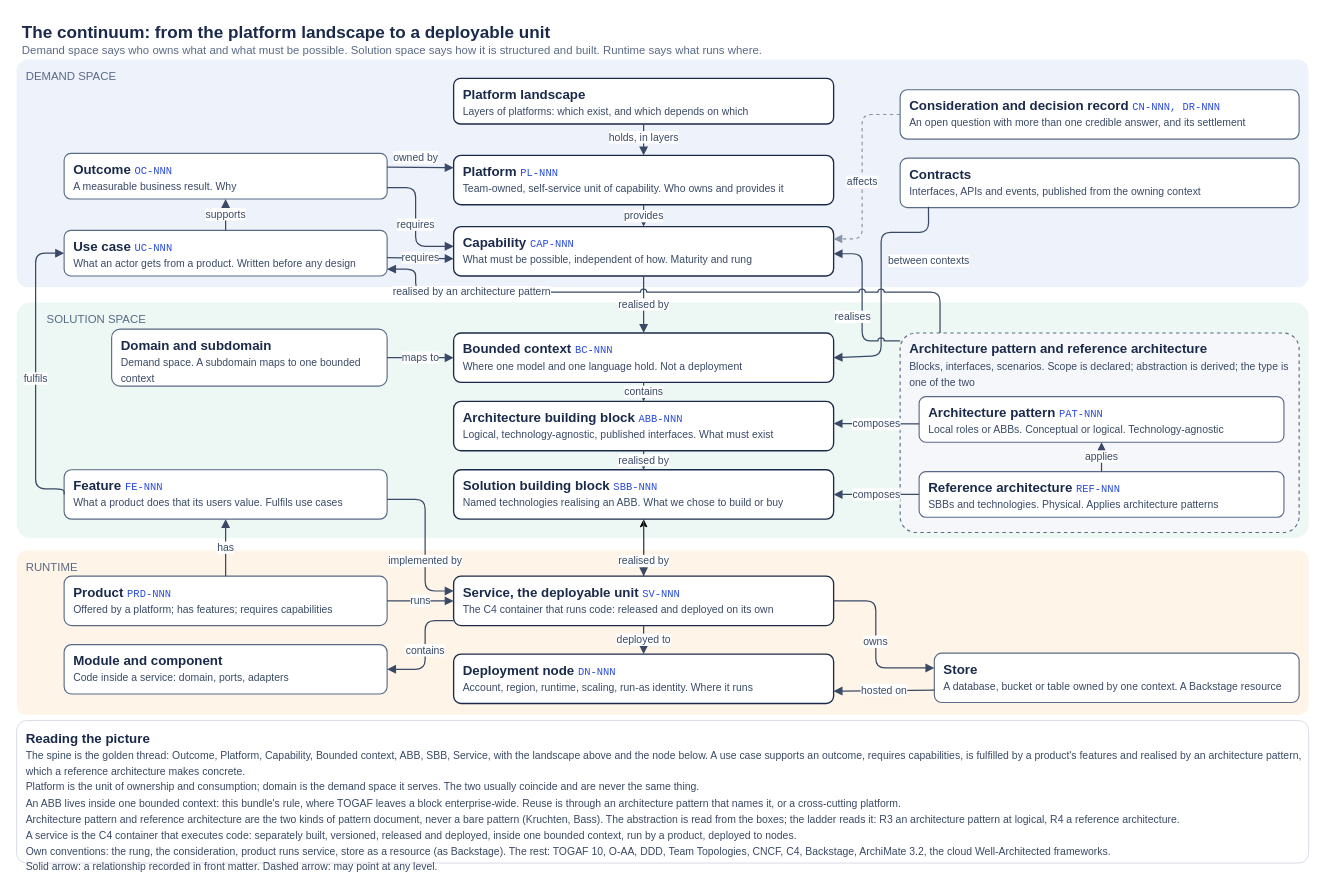
This is docs/continuum.drawio from dermot-obrien/ai-assisted-architecture, a draw.io file, before an edit. Source tidied: cells renumbered, new cells numbered last; positions are measured from the earlier drawing's top-left corner, leaving out a move shared by most shapes. Both pictures are drawn from the tidied source at 95%, with x=0, y=0 at pixel (16, 16).
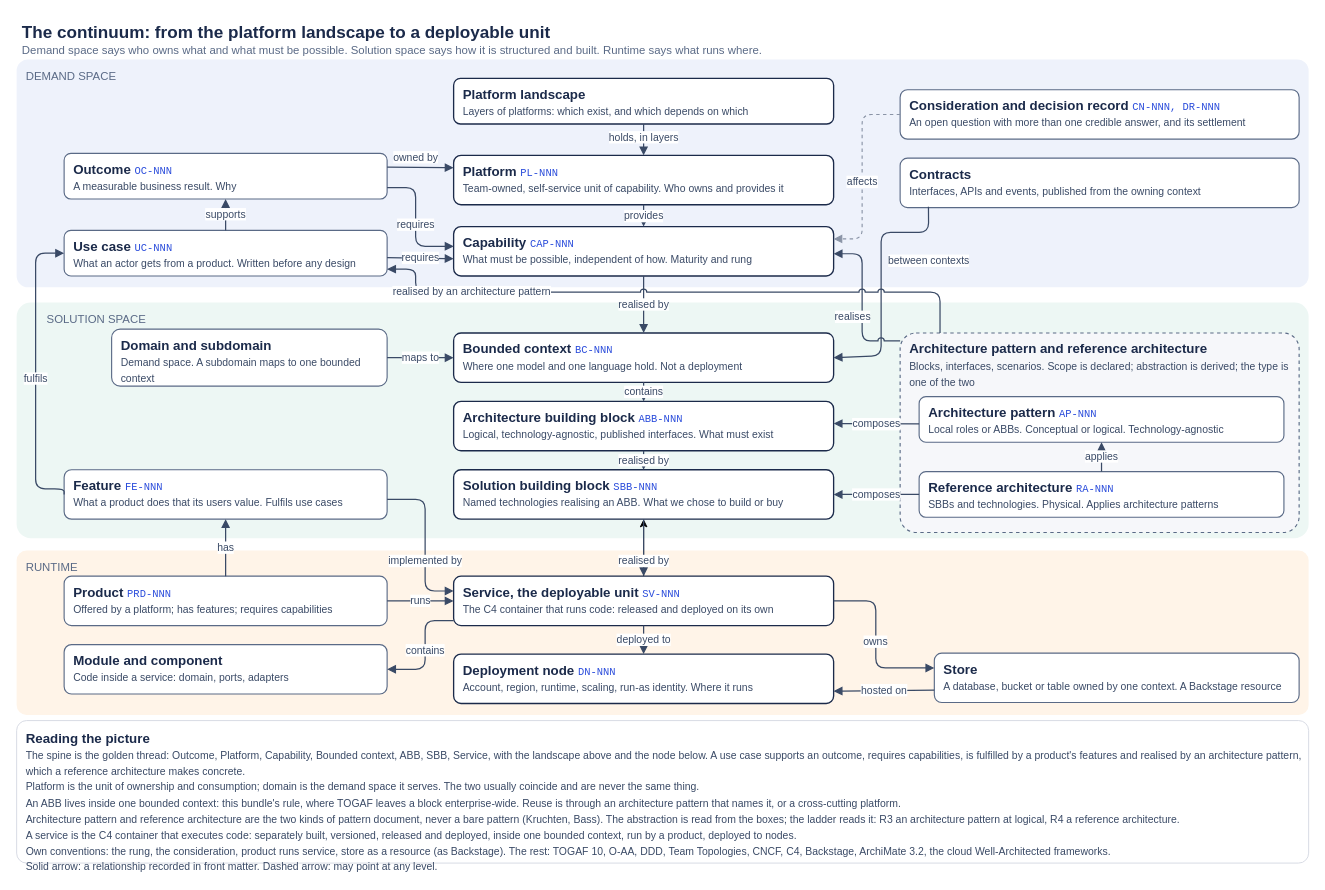
Above is the later version.

What changed in the source:
```diff
@@
-    <mxCell id="36" value="&lt;b&gt;Architecture pattern&lt;/b&gt; &lt;font color=&quot;#2a4cdb&quot; face=&quot;Consolas&quot; style=&quot;font-size:11px&quot;&gt;PAT-NNN&lt;/font&gt;&lt;br&gt;&lt;font style=&quot;font-size:11px&quot; color=&quot;#3a4a66&quot;&gt;Local roles or ABBs. Conceptual or logical. Technology-agnostic&lt;/font&gt;" style="rounded=1;whiteSpace=wrap;html=1;fillColor=#FFFFFF;strokeColor=#5A6A86;strokeWidth=1.2;fontColor=#1B2A4A;fontSize=14;align=left;verticalAlign=top;spacingLeft=8;spacingTop=2;" parent="1" vertex="1">
+    <mxCell id="36" value="&lt;b&gt;Architecture pattern&lt;/b&gt; &lt;font color=&quot;#2a4cdb&quot; face=&quot;Consolas&quot; style=&quot;font-size:11px&quot;&gt;AP-NNN&lt;/font&gt;&lt;br&gt;&lt;font style=&quot;font-size:11px&quot; color=&quot;#3a4a66&quot;&gt;Local roles or ABBs. Conceptual or logical. Technology-agnostic&lt;/font&gt;" style="rounded=1;whiteSpace=wrap;html=1;fillColor=#FFFFFF;strokeColor=#5A6A86;strokeWidth=1.2;fontColor=#1B2A4A;fontSize=14;align=left;verticalAlign=top;spacingLeft=8;spacingTop=2;" parent="1" vertex="1">
       <mxGeometry x="950" y="400" width="384" height="48" as="geometry" />
     </mxCell>
-    <mxCell id="37" value="&lt;b&gt;Reference architecture&lt;/b&gt; &lt;font color=&quot;#2a4cdb&quot; face=&quot;Consolas&quot; style=&quot;font-size:11px&quot;&gt;REF-NNN&lt;/font&gt;&lt;br&gt;&lt;font style=&quot;font-size:11px&quot; color=&quot;#3a4a66&quot;&gt;SBBs and technologies. Physical. Applies architecture patterns&lt;/font&gt;" style="rounded=1;whiteSpace=wrap;html=1;fillColor=#FFFFFF;strokeColor=#5A6A86;strokeWidth=1.2;fontColor=#1B2A4A;fontSize=14;align=left;verticalAlign=top;spacingLeft=8;spacingTop=2;" parent="1" vertex="1">
+    <mxCell id="37" value="&lt;b&gt;Reference architecture&lt;/b&gt; &lt;font color=&quot;#2a4cdb&quot; face=&quot;Consolas&quot; style=&quot;font-size:11px&quot;&gt;RA-NNN&lt;/font&gt;&lt;br&gt;&lt;font style=&quot;font-size:11px&quot; color=&quot;#3a4a66&quot;&gt;SBBs and technologies. Physical. Applies architecture patterns&lt;/font&gt;" style="rounded=1;whiteSpace=wrap;html=1;fillColor=#FFFFFF;strokeColor=#5A6A86;strokeWidth=1.2;fontColor=#1B2A4A;fontSize=14;align=left;verticalAlign=top;spacingLeft=8;spacingTop=2;" parent="1" vertex="1">
       <mxGeometry x="950" y="479" width="384" height="48" as="geometry" />
     </mxCell>
```
